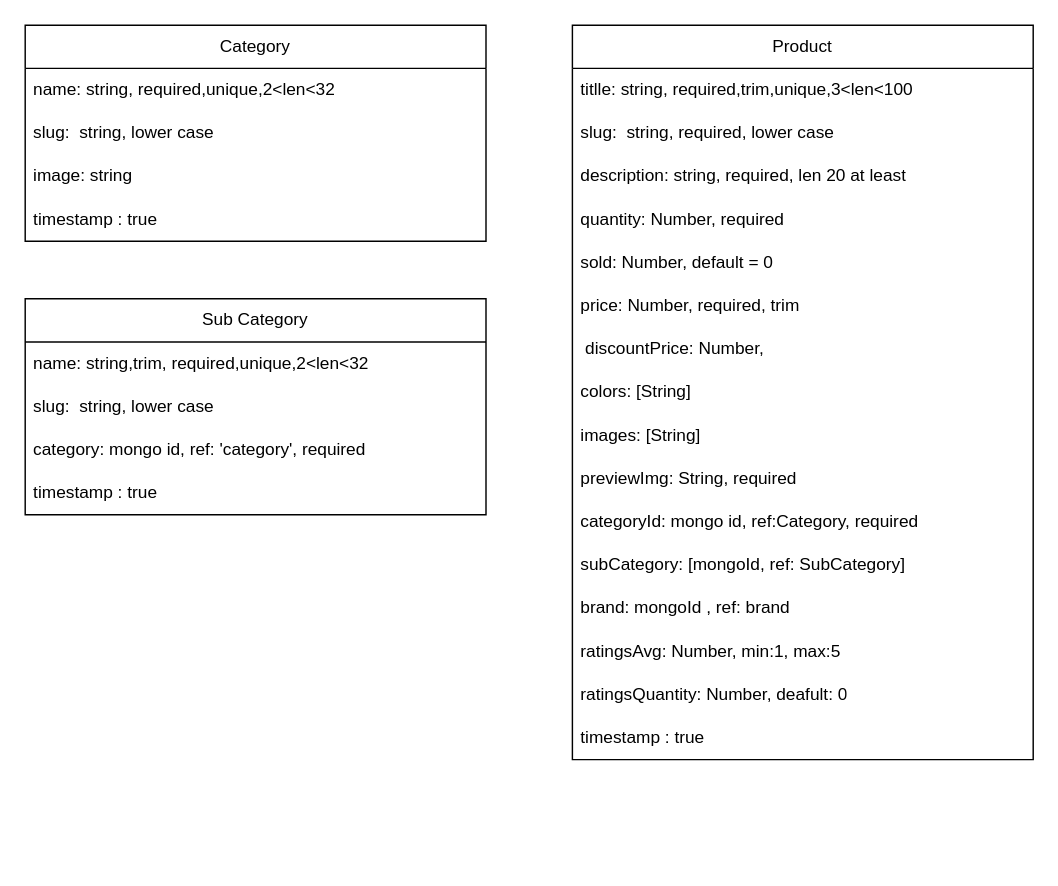
NewMo01/e-commerce-backend keeps this draw.io diagram as commerce.drawio. Above is the earlier version. Source tidied: cells renumbered, new cells numbered last; positions are measured from the earlier drawing's top-left corner, leaving out a move shared by most shapes. Both pictures are drawn from the tidied source at 144%, with x=0, y=0 at pixel (24, 24).
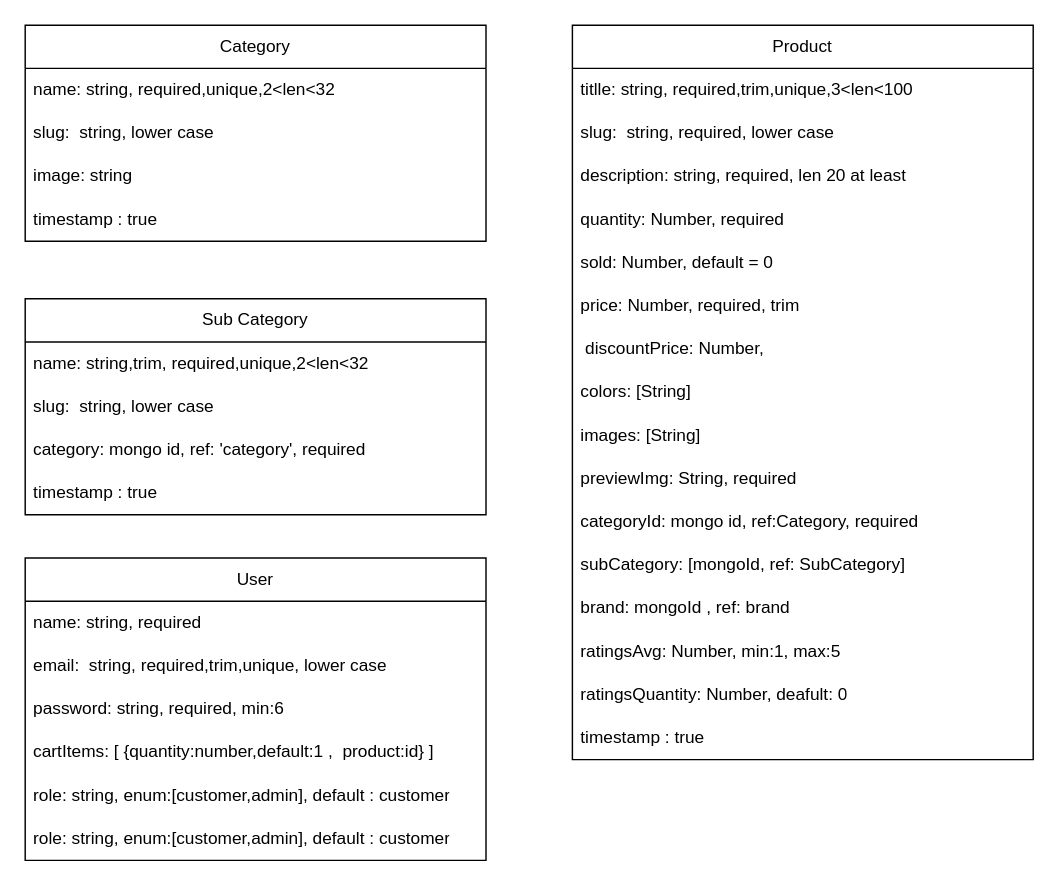
The same diagram, later.

Diff of the diagram source:
```diff
@@
+    <mxCell id="29" value="User" style="swimlane;fontStyle=0;horizontal=1;startSize=30;whiteSpace=wrap;html=1;" parent="1" vertex="1">
+      <mxGeometry y="370" width="320" height="210" as="geometry" />
+    </mxCell>
+    <mxCell id="30" value="name: string, required" style="text;strokeColor=none;fillColor=none;align=left;verticalAlign=middle;spacingLeft=4;spacingRight=4;overflow=hidden;whiteSpace=wrap;html=1;" parent="29" vertex="1">
+      <mxGeometry y="30" width="320" height="30" as="geometry" />
+    </mxCell>
+    <mxCell id="31" value="&lt;span style=&quot;font-family: Helvetica; font-size: 12px; font-style: normal; font-variant-ligatures: normal; font-variant-caps: normal; font-weight: 400; letter-spacing: normal; orphans: 2; text-align: left; text-indent: 0px; text-transform: none; widows: 2; word-spacing: 0px; -webkit-text-stroke-width: 0px; white-space: normal; text-decoration-thickness: initial; text-decoration-style: initial; text-decoration-color: initial; float: none; display: inline !important;&quot;&gt;&lt;font style=&quot;color: rgb(0, 0, 0);&quot;&gt;email:&amp;nbsp; string, required,trim,unique, lower case&lt;/font&gt;&lt;/span&gt;" style="text;strokeColor=none;fillColor=none;align=left;verticalAlign=middle;spacingLeft=4;spacingRight=4;overflow=hidden;whiteSpace=wrap;html=1;" parent="29" vertex="1">
+      <mxGeometry y="60" width="320" height="30" as="geometry" />
+    </mxCell>
+    <mxCell id="32" value="password: string, required, min:6" style="text;strokeColor=none;fillColor=none;align=left;verticalAlign=middle;spacingLeft=4;spacingRight=4;overflow=hidden;whiteSpace=wrap;html=1;" parent="29" vertex="1">
+      <mxGeometry y="90" width="320" height="30" as="geometry" />
+    </mxCell>
+    <mxCell id="33" value="cartItems: [ {quantity:number,default:1 ,&amp;nbsp; product:id} ]" style="text;strokeColor=none;fillColor=none;align=left;verticalAlign=middle;spacingLeft=4;spacingRight=4;overflow=hidden;whiteSpace=wrap;html=1;" parent="29" vertex="1">
+      <mxGeometry y="120" width="320" height="30" as="geometry" />
+    </mxCell>
+    <mxCell id="34" value="role: string, enum:[customer,admin], default : customer" style="text;strokeColor=none;fillColor=none;align=left;verticalAlign=middle;spacingLeft=4;spacingRight=4;overflow=hidden;whiteSpace=wrap;html=1;" parent="29" vertex="1">
+      <mxGeometry y="150" width="320" height="30" as="geometry" />
+    </mxCell>
+    <mxCell id="35" value="role: string, enum:[customer,admin], default : customer" style="text;strokeColor=none;fillColor=none;align=left;verticalAlign=middle;spacingLeft=4;spacingRight=4;overflow=hidden;whiteSpace=wrap;html=1;" parent="29" vertex="1">
+      <mxGeometry y="180" width="320" height="30" as="geometry" />
+    </mxCell>
```
